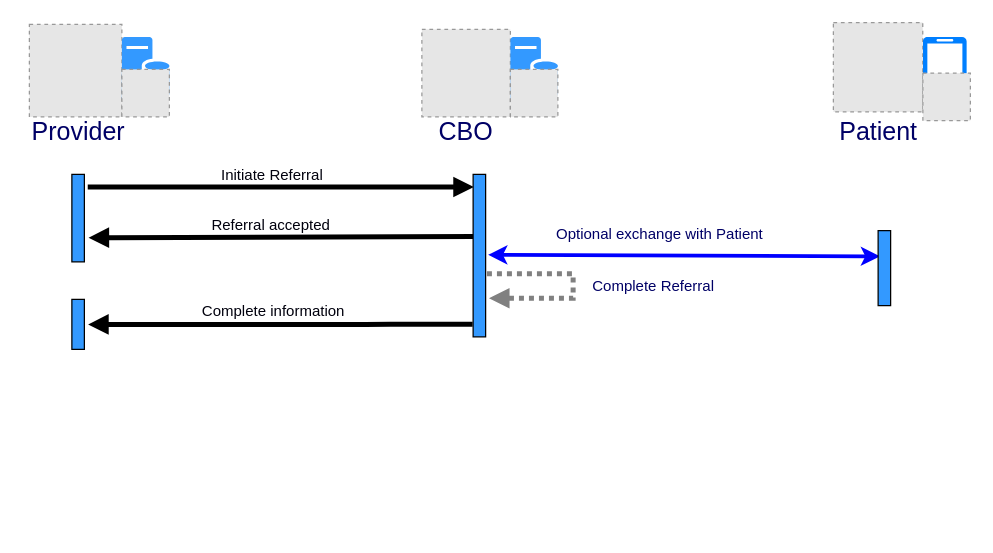
HL7/fhir-sdoh-clinicalcare keeps this draw.io diagram as Images Source/DirectReferralFunctional.drawio. Above is the earlier version. Source tidied: cells renumbered, new cells numbered last; positions are measured from the earlier drawing's top-left corner, leaving out a move shared by most shapes. Both pictures are drawn from the tidied source at 125%, with x=0, y=0 at pixel (21, 21). Pictures stored in the file or linked from it are replaced by grey dashed boxes.
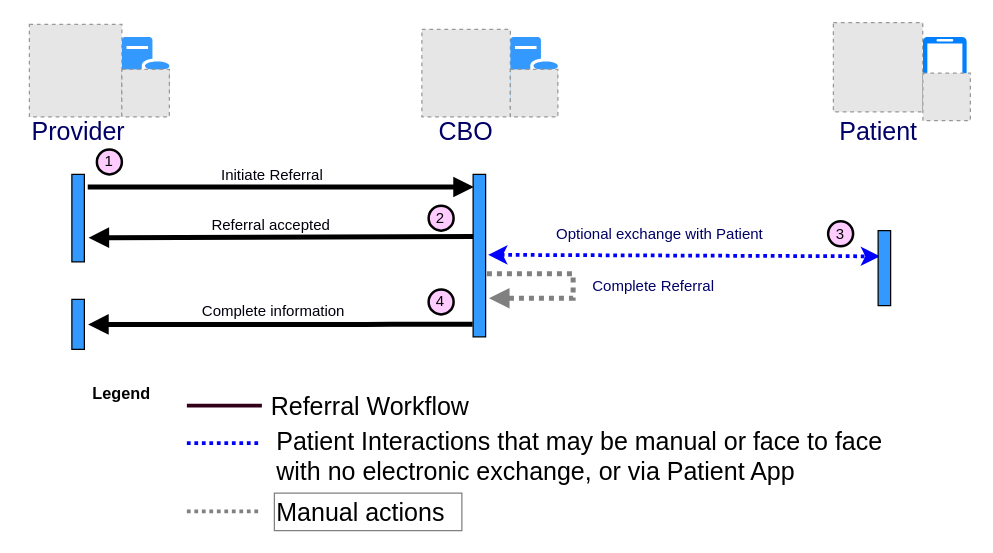
The same page after the edit.

The change refers to these unchanged cells:
```xml
<mxCell id="8" style="html=1;points=[];perimeter=orthogonalPerimeter;fontColor=#000066;fillColor=#3399FF;" parent="1" vertex="1">
  <mxGeometry x="361" y="122" width="10" height="130" as="geometry" />
</mxCell>
<mxCell id="10" style="html=1;points=[];perimeter=orthogonalPerimeter;fillColor=#3399FF;fontColor=#000066;" parent="1" vertex="1">
  <mxGeometry x="685" y="167" width="10" height="60" as="geometry" />
</mxCell>
```

What changed in the source:
```diff
@@
-    <mxCell id="5" style="endArrow=classic;html=1;strokeWidth=3;rounded=0;strokeColor=#0000FF;fontColor=#000066;entryX=0.155;entryY=0.343;entryDx=0;entryDy=0;entryPerimeter=0;exitX=1.202;exitY=0.495;exitDx=0;exitDy=0;exitPerimeter=0;fontSize=12;startArrow=classic;startFill=1;endFill=1;" parent="1" edge="1" source="8" target="10">
+    <mxCell id="5" style="endArrow=classic;html=1;strokeWidth=3;rounded=0;strokeColor=#0000FF;fontColor=#000066;entryX=0.155;entryY=0.343;entryDx=0;entryDy=0;entryPerimeter=0;exitX=1.202;exitY=0.495;exitDx=0;exitDy=0;exitPerimeter=0;fontSize=12;startArrow=classic;startFill=1;endFill=1;dashed=1;dashPattern=1 1;" parent="1" edge="1" source="8" target="10">
       <mxGeometry x="0.09" relative="1" as="geometry" />
     </mxCell>
@@
+    <mxCell id="28" value="&lt;b style=&quot;font-size: 13px;&quot;&gt;Legend&lt;/b&gt;" style="text;html=1;strokeColor=none;fillColor=none;align=center;verticalAlign=middle;whiteSpace=wrap;rounded=0;fontColor=#000000;fontSize=13;" parent="1" vertex="1">
+      <mxGeometry x="50" y="292" width="60" height="10" as="geometry" />
+    </mxCell>
+    <mxCell id="29" style="endArrow=none;html=1;rounded=0;fontSize=20;strokeColor=#33001A;strokeWidth=3;jumpStyle=arc;" parent="1" edge="1">
+      <mxGeometry relative="1" as="geometry">
+        <mxPoint x="132" y="307" as="sourcePoint" />
+        <mxPoint x="192" y="307" as="targetPoint" />
+      </mxGeometry>
+    </mxCell>
+    <mxCell id="30" style="endArrow=none;html=1;rounded=0;fontSize=20;strokeColor=#0000FF;strokeWidth=3;jumpStyle=arc;dashed=1;dashPattern=1 1;" parent="1" edge="1">
+      <mxGeometry relative="1" as="geometry">
+        <mxPoint x="132" y="337" as="sourcePoint" />
+        <mxPoint x="192" y="337" as="targetPoint" />
+      </mxGeometry>
+    </mxCell>
+    <mxCell id="31" value="&amp;nbsp;Referral Workflow" style="text;html=1;align=left;verticalAlign=middle;strokeColor=none;fillColor=none;fontSize=20;" parent="1" vertex="1">
+      <mxGeometry x="192" y="292" width="180" height="30" as="geometry" />
+    </mxCell>
+    <mxCell id="32" value="Patient Interactions that may be manual or face to face &lt;br&gt;with no electronic exchange, or via Patient App" style="text;html=1;align=left;verticalAlign=middle;strokeColor=none;fillColor=none;fontSize=20;" parent="1" vertex="1">
+      <mxGeometry x="202" y="322" width="500" height="50" as="geometry" />
+    </mxCell>
+    <mxCell id="33" style="endArrow=none;html=1;rounded=0;fontSize=20;strokeColor=#808080;strokeWidth=3;jumpStyle=arc;dashed=1;dashPattern=1 1;" parent="1" edge="1">
+      <mxGeometry relative="1" as="geometry">
+        <mxPoint x="132" y="391.5" as="sourcePoint" />
+        <mxPoint x="192" y="391.5" as="targetPoint" />
+      </mxGeometry>
+    </mxCell>
+    <mxCell id="34" value="Manual actions" style="text;html=1;align=left;verticalAlign=middle;strokeColor=#808080;fillColor=none;fontSize=20;" parent="1" vertex="1">
+      <mxGeometry x="202" y="377" width="150" height="30" as="geometry" />
+    </mxCell>
+    <mxCell id="35" value="1" style="ellipse;whiteSpace=wrap;html=1;fontSize=12;fillColor=#FFCCFF;fontStyle=0;strokeWidth=2;" parent="1" vertex="1">
+      <mxGeometry x="60" y="102" width="20" height="20" as="geometry" />
+    </mxCell>
+    <mxCell id="36" value="2" style="ellipse;whiteSpace=wrap;html=1;fontSize=12;fillColor=#FFCCFF;fontStyle=0;strokeWidth=2;" parent="1" vertex="1">
+      <mxGeometry x="325.4" y="147" width="20" height="20" as="geometry" />
+    </mxCell>
+    <mxCell id="37" value="3" style="ellipse;whiteSpace=wrap;html=1;fontSize=12;fillColor=#FFCCFF;fontStyle=0;strokeWidth=2;" parent="1" vertex="1">
+      <mxGeometry x="645" y="159.5" width="20" height="20" as="geometry" />
+    </mxCell>
+    <mxCell id="38" value="4" style="ellipse;whiteSpace=wrap;html=1;fontSize=12;fillColor=#FFCCFF;fontStyle=0;strokeWidth=2;" parent="1" vertex="1">
+      <mxGeometry x="325.4" y="214" width="20" height="20" as="geometry" />
+    </mxCell>
```
